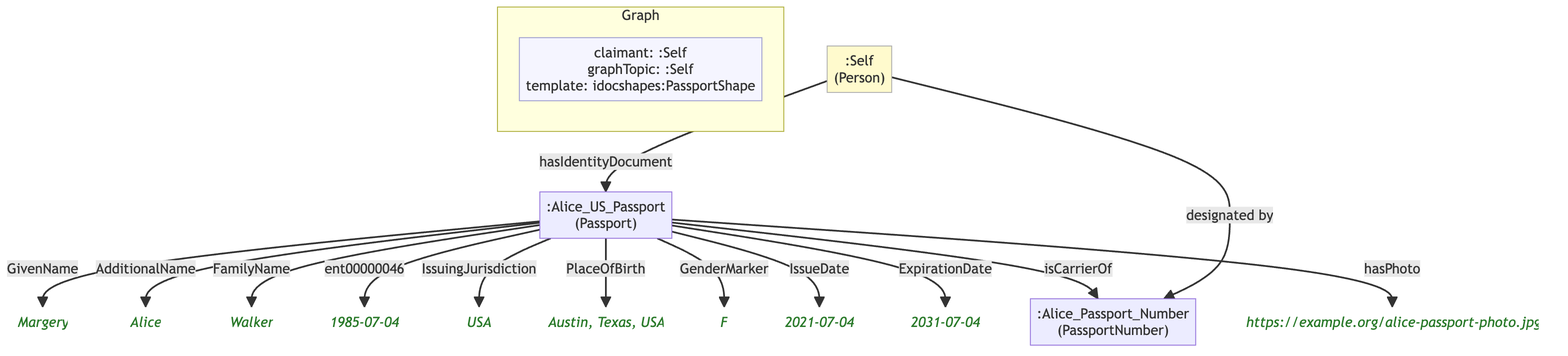
MeeFoundation/mia-ontologies keeps this Mermaid diagram as example/graphs/images/graph-81.png. Above is the earlier version. Its source is kept beside it as example/graphs/images/graph-81.mmd.
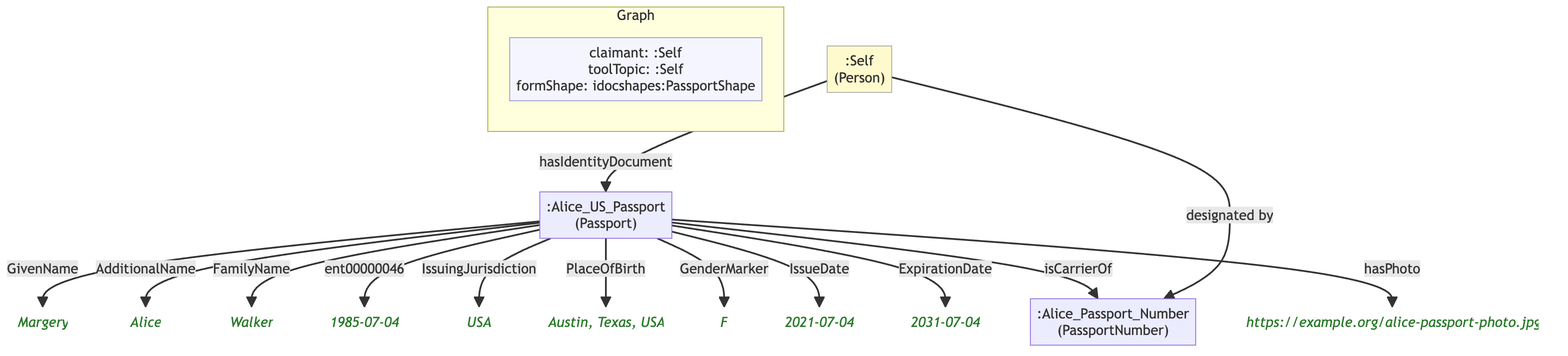
Above is the later version.

Diff of the diagram source:
```diff
@@ -7,33 +7,33 @@
 
     subgraph ctx["Graph"]
         direction LR
-        ctx_meta["claimant: :Self\ngraphTopic: :Self\ntemplate: idocshapes:PassportShape"]:::meta
+        ctx_meta["claimant: :Self\ntoolTopic: :Self\nformShape: idocshapes:PassportShape"]:::meta
     end
 
-    n104df4bab92a[":Alice_Passport_Number\n(PassportNumber)"]
-    n1e9b86ff4c78[":Alice_US_Passport\n(Passport)"]
-    nf2e2e95b9ff4("Margery"):::lit
-    nda25900ac73e("Alice"):::lit
-    n9c2375ecae97("Walker"):::lit
-    n12bae9534178("1985-07-04"):::lit
-    nb079cc259424("USA"):::lit
-    n324350439699("Austin, Texas, USA"):::lit
-    nc36f7a6408d7("F"):::lit
-    n7d4ea386fc8b("2021-07-04"):::lit
-    nb4d8f63647cc("2031-07-04"):::lit
-    n0b3af7b5a715("https://example.org/alice-passport-photo.jpg"):::lit
-    ne0c3ba92f1db[":Self\n(Person)"]:::person
+    nd96254b4c8cc[":Alice_Passport_Number\n(PassportNumber)"]
+    n83d9a191ecbb[":Alice_US_Passport\n(Passport)"]
+    n3742e72d3213("Margery"):::lit
+    nb0fd4167e7d6("Alice"):::lit
+    n1ce4670fb782("Walker"):::lit
+    n50c406ffa6ec("1985-07-04"):::lit
+    nc68e1b7f5663("USA"):::lit
+    ne88152bdf1aa("Austin, Texas, USA"):::lit
+    n374a55f9a32e("F"):::lit
+    n9b0093d89cd3("2021-07-04"):::lit
+    nd1ef526621cb("2031-07-04"):::lit
+    n4e91cb2a7051("https://example.org/alice-passport-photo.jpg"):::lit
+    n655e442e50be[":Self\n(Person)"]:::person
 
-    n1e9b86ff4c78 -->|"GivenName"| nf2e2e95b9ff4
-    n1e9b86ff4c78 -->|"AdditionalName"| nda25900ac73e
-    n1e9b86ff4c78 -->|"FamilyName"| n9c2375ecae97
-    n1e9b86ff4c78 -->|"ent00000046"| n12bae9534178
-    n1e9b86ff4c78 -->|"IssuingJurisdiction"| nb079cc259424
-    n1e9b86ff4c78 -->|"PlaceOfBirth"| n324350439699
-    n1e9b86ff4c78 -->|"GenderMarker"| nc36f7a6408d7
-    n1e9b86ff4c78 -->|"IssueDate"| n7d4ea386fc8b
-    n1e9b86ff4c78 -->|"ExpirationDate"| nb4d8f63647cc
-    n1e9b86ff4c78 -->|"isCarrierOf"| n104df4bab92a
-    n1e9b86ff4c78 -->|"hasPhoto"| n0b3af7b5a715
-    ne0c3ba92f1db -->|"hasIdentityDocument"| n1e9b86ff4c78
-    ne0c3ba92f1db -->|"designated by"| n104df4bab92a
+    n83d9a191ecbb -->|"GivenName"| n3742e72d3213
+    n83d9a191ecbb -->|"AdditionalName"| nb0fd4167e7d6
+    n83d9a191ecbb -->|"FamilyName"| n1ce4670fb782
+    n83d9a191ecbb -->|"ent00000046"| n50c406ffa6ec
+    n83d9a191ecbb -->|"IssuingJurisdiction"| nc68e1b7f5663
+    n83d9a191ecbb -->|"PlaceOfBirth"| ne88152bdf1aa
+    n83d9a191ecbb -->|"GenderMarker"| n374a55f9a32e
+    n83d9a191ecbb -->|"IssueDate"| n9b0093d89cd3
+    n83d9a191ecbb -->|"ExpirationDate"| nd1ef526621cb
+    n83d9a191ecbb -->|"isCarrierOf"| nd96254b4c8cc
+    n83d9a191ecbb -->|"hasPhoto"| n4e91cb2a7051
+    n655e442e50be -->|"hasIdentityDocument"| n83d9a191ecbb
+    n655e442e50be -->|"designated by"| nd96254b4c8cc
```
